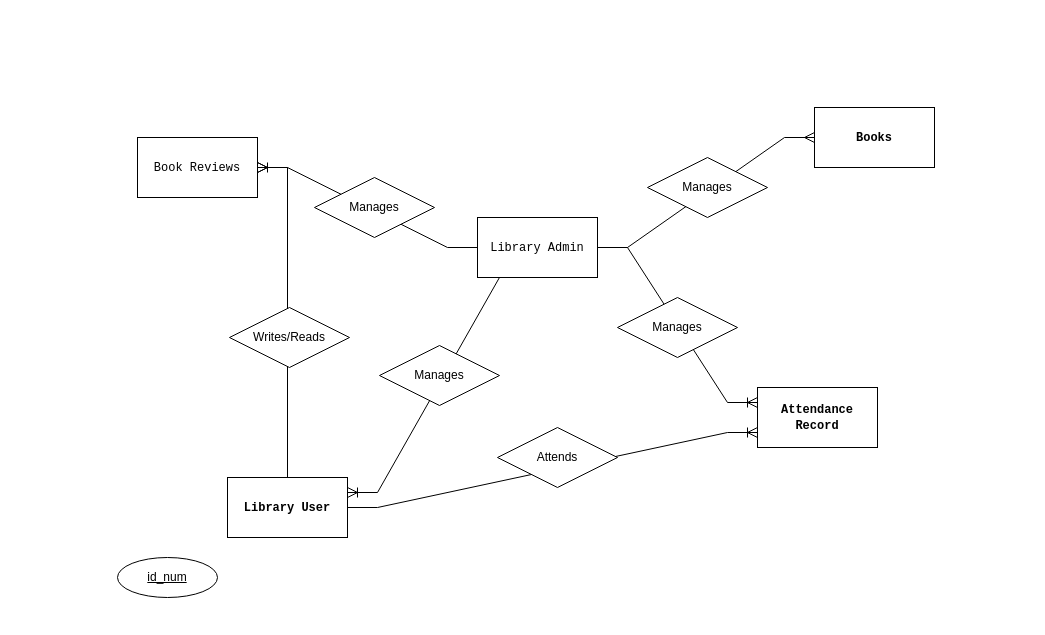
This is erd.drawio from carmelooo1/capstone_docs, a draw.io file, before an edit. Source tidied: cells renumbered, new cells numbered last; positions are measured from the earlier drawing's top-left corner, leaving out a move shared by most shapes. Both pictures are drawn from the tidied source at 100%, with x=0, y=0 at pixel (117, 107).
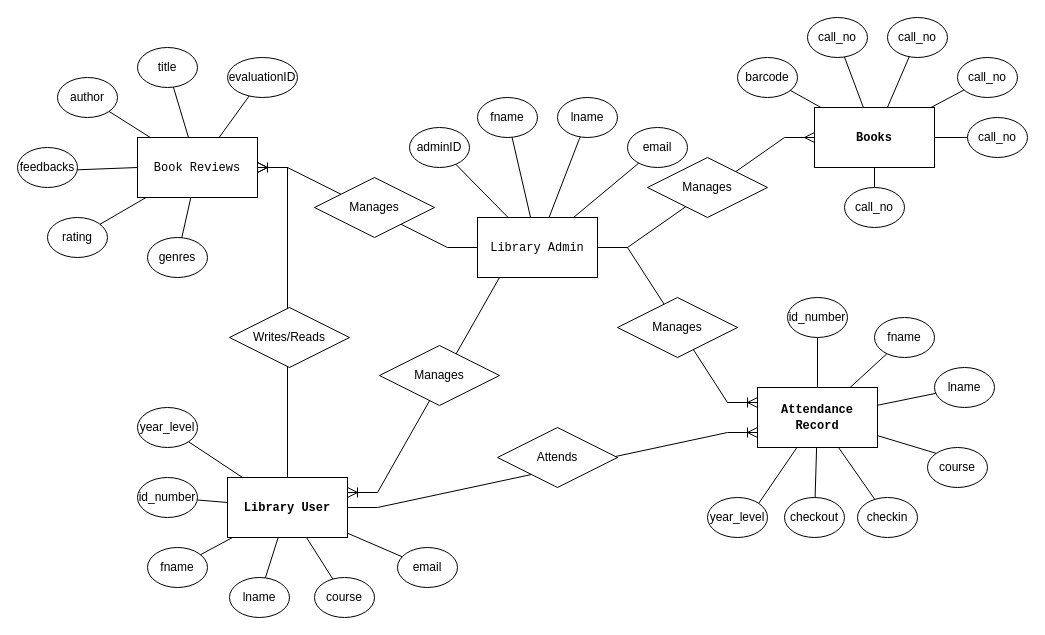
The same page after the edit.

Change to the diagram source:
```diff
@@
-    <mxCell id="2" style="group;" parent="1" vertex="1">
-      <mxGeometry width="817" height="490" as="geometry" />
-    </mxCell>
+    <mxCell id="22" value="barcode" style="ellipse;whiteSpace=wrap;html=1;" parent="1" vertex="1">
+      <mxGeometry x="620" y="-50" width="60" height="40" as="geometry" />
+    </mxCell>
+    <mxCell id="23" value="call_no" style="ellipse;whiteSpace=wrap;html=1;" parent="1" vertex="1">
+      <mxGeometry x="690" y="-90" width="60" height="40" as="geometry" />
+    </mxCell>
+    <mxCell id="24" value="call_no" style="ellipse;whiteSpace=wrap;html=1;" parent="1" vertex="1">
+      <mxGeometry x="770" y="-90" width="60" height="40" as="geometry" />
+    </mxCell>
+    <mxCell id="25" value="call_no" style="ellipse;whiteSpace=wrap;html=1;" parent="1" vertex="1">
+      <mxGeometry x="840" y="-50" width="60" height="40" as="geometry" />
+    </mxCell>
+    <mxCell id="26" value="call_no" style="ellipse;whiteSpace=wrap;html=1;" parent="1" vertex="1">
+      <mxGeometry x="850" y="10" width="60" height="40" as="geometry" />
+    </mxCell>
+    <mxCell id="27" style="endArrow=none;html=1;rounded=0;" parent="1" edge="1" source="22" target="4">
+      <mxGeometry relative="1" as="geometry" />
+    </mxCell>
+    <mxCell id="28" style="endArrow=none;html=1;rounded=0;" parent="1" edge="1" source="23" target="4">
+      <mxGeometry relative="1" as="geometry" />
+    </mxCell>
+    <mxCell id="29" style="endArrow=none;html=1;rounded=0;" parent="1" edge="1" source="24" target="4">
+      <mxGeometry relative="1" as="geometry" />
+    </mxCell>
+    <mxCell id="30" style="endArrow=none;html=1;rounded=0;" parent="1" edge="1" source="4" target="25">
+      <mxGeometry relative="1" as="geometry" />
+    </mxCell>
+    <mxCell id="31" style="endArrow=none;html=1;rounded=0;" parent="1" edge="1" source="4" target="26">
+      <mxGeometry relative="1" as="geometry" />
+    </mxCell>
+    <mxCell id="32" value="lname" style="ellipse;whiteSpace=wrap;html=1;" parent="1" vertex="1">
+      <mxGeometry x="817" y="260" width="60" height="40" as="geometry" />
+    </mxCell>
+    <mxCell id="33" value="course" style="ellipse;whiteSpace=wrap;html=1;" parent="1" vertex="1">
+      <mxGeometry x="810" y="340" width="60" height="40" as="geometry" />
+    </mxCell>
-    <mxCell id="3" value="&lt;b&gt;&lt;font face=&quot;Courier New&quot;&gt;Attendance Record&lt;/font&gt;&lt;/b&gt;" style="rounded=0;whiteSpace=wrap;html=1;" parent="2" vertex="1">
+    <mxCell id="3" value="&lt;b&gt;&lt;font face=&quot;Courier New&quot;&gt;Attendance Record&lt;/font&gt;&lt;/b&gt;" style="rounded=0;whiteSpace=wrap;html=1;" parent="1" vertex="1">
       <mxGeometry x="640" y="280" width="120" height="60" as="geometry" />
     </mxCell>
-    <mxCell id="4" value="&lt;font face=&quot;Courier New&quot;&gt;&lt;b&gt;Books&lt;/b&gt;&lt;/font&gt;" style="rounded=0;whiteSpace=wrap;html=1;" parent="2" vertex="1">
+    <mxCell id="4" value="&lt;font face=&quot;Courier New&quot;&gt;&lt;b&gt;Books&lt;/b&gt;&lt;/font&gt;" style="rounded=0;whiteSpace=wrap;html=1;" parent="1" vertex="1">
       <mxGeometry x="697" width="120" height="60" as="geometry" />
     </mxCell>
-    <mxCell id="5" value="id_num" style="ellipse;whiteSpace=wrap;html=1;align=center;fontStyle=4;fontFamily=Helvetica;fontSize=12;fontColor=default;labelBackgroundColor=default;" parent="2" vertex="1">
-      <mxGeometry y="450" width="100" height="40" as="geometry" />
-    </mxCell>
-    <mxCell id="6" style="edgeStyle=entityRelationEdgeStyle;fontSize=12;html=1;endArrow=ERoneToMany;rounded=0;startSize=8;endSize=8;curved=0;exitX=1;exitY=0.5;exitDx=0;exitDy=0;entryX=0;entryY=0.75;entryDx=0;entryDy=0;" parent="2" edge="1" source="10" target="3">
+    <mxCell id="6" style="edgeStyle=entityRelationEdgeStyle;fontSize=12;html=1;endArrow=ERoneToMany;rounded=0;startSize=8;endSize=8;curved=0;exitX=1;exitY=0.5;exitDx=0;exitDy=0;entryX=0;entryY=0.75;entryDx=0;entryDy=0;" parent="1" edge="1" source="10" target="3">
       <mxGeometry relative="1" as="geometry">
         <Array as="points">
           <mxPoint x="600" y="305" />
           <mxPoint x="520" y="275" />
           <mxPoint x="550" y="365" />
           <mxPoint x="610" y="235" />
           <mxPoint x="590" y="305" />
         </Array>
       </mxGeometry>
     </mxCell>
-    <mxCell id="7" style="edgeStyle=entityRelationEdgeStyle;fontSize=12;html=1;endArrow=ERoneToMany;rounded=0;startSize=8;endSize=8;curved=0;exitX=1;exitY=0.5;exitDx=0;exitDy=0;entryX=0;entryY=0.25;entryDx=0;entryDy=0;" parent="2" edge="1" source="11" target="3">
+    <mxCell id="7" style="edgeStyle=entityRelationEdgeStyle;fontSize=12;html=1;endArrow=ERoneToMany;rounded=0;startSize=8;endSize=8;curved=0;exitX=1;exitY=0.5;exitDx=0;exitDy=0;entryX=0;entryY=0.25;entryDx=0;entryDy=0;" parent="1" edge="1" source="11" target="3">
       <mxGeometry relative="1" as="geometry">
         <Array as="points">
           <mxPoint x="670" y="200" />
           <mxPoint x="590" y="170" />
           <mxPoint x="620" y="260" />
           <mxPoint x="680" y="130" />
           <mxPoint x="660" y="200" />
         </Array>
       </mxGeometry>
     </mxCell>
-    <mxCell id="8" style="edgeStyle=entityRelationEdgeStyle;fontSize=12;html=1;endArrow=ERmany;rounded=0;strokeColor=default;align=center;verticalAlign=middle;fontFamily=Helvetica;fontColor=default;labelBackgroundColor=default;startSize=8;endSize=8;curved=0;entryX=0;entryY=0.5;entryDx=0;entryDy=0;" parent="2" edge="1" source="11" target="4">
+    <mxCell id="8" style="edgeStyle=entityRelationEdgeStyle;fontSize=12;html=1;endArrow=ERmany;rounded=0;strokeColor=default;align=center;verticalAlign=middle;fontFamily=Helvetica;fontColor=default;labelBackgroundColor=default;startSize=8;endSize=8;curved=0;entryX=0;entryY=0.5;entryDx=0;entryDy=0;" parent="1" edge="1" source="11" target="4">
       <mxGeometry relative="1" as="geometry" />
     </mxCell>
-    <mxCell id="9" value="&lt;font face=&quot;Courier New&quot;&gt;Book Reviews&lt;/font&gt;" style="rounded=0;whiteSpace=wrap;html=1;" parent="2" vertex="1">
+    <mxCell id="9" value="&lt;font face=&quot;Courier New&quot;&gt;Book Reviews&lt;/font&gt;" style="rounded=0;whiteSpace=wrap;html=1;" parent="1" vertex="1">
       <mxGeometry x="20" y="30" width="120" height="60" as="geometry" />
     </mxCell>
-    <mxCell id="10" value="&lt;b&gt;&lt;font face=&quot;Courier New&quot;&gt;Library User&lt;/font&gt;&lt;/b&gt;" style="rounded=0;whiteSpace=wrap;html=1;" parent="2" vertex="1">
+    <mxCell id="10" value="&lt;b&gt;&lt;font face=&quot;Courier New&quot;&gt;Library User&lt;/font&gt;&lt;/b&gt;" style="rounded=0;whiteSpace=wrap;html=1;" parent="1" vertex="1">
       <mxGeometry x="110" y="370" width="120" height="60" as="geometry" />
     </mxCell>
-    <mxCell id="11" value="&lt;font face=&quot;Courier New&quot;&gt;Library Admin&lt;/font&gt;" style="rounded=0;whiteSpace=wrap;html=1;" parent="2" vertex="1">
+    <mxCell id="11" value="&lt;font face=&quot;Courier New&quot;&gt;Library Admin&lt;/font&gt;" style="rounded=0;whiteSpace=wrap;html=1;" parent="1" vertex="1">
       <mxGeometry x="360" y="110" width="120" height="60" as="geometry" />
     </mxCell>
-    <mxCell id="12" style="edgeStyle=entityRelationEdgeStyle;fontSize=12;html=1;endArrow=ERoneToMany;rounded=1;startSize=8;endSize=8;curved=0;entryX=0.558;entryY=-0.05;entryDx=0;entryDy=0;exitX=0.5;exitY=1;exitDx=0;exitDy=0;entryPerimeter=0;strokeColor=none;" parent="2" edge="1" source="11" target="10">
+    <mxCell id="12" style="edgeStyle=entityRelationEdgeStyle;fontSize=12;html=1;endArrow=ERoneToMany;rounded=1;startSize=8;endSize=8;curved=0;entryX=0.558;entryY=-0.05;entryDx=0;entryDy=0;exitX=0.5;exitY=1;exitDx=0;exitDy=0;entryPerimeter=0;strokeColor=none;" parent="1" edge="1" source="11" target="10">
       <mxGeometry relative="1" as="geometry">
         <Array as="points">
           <mxPoint x="600" y="315" />
           <mxPoint x="520" y="285" />
           <mxPoint x="550" y="375" />
           <mxPoint x="610" y="245" />
           <mxPoint x="590" y="315" />
         </Array>
       </mxGeometry>
     </mxCell>
-    <mxCell id="13" style="edgeStyle=entityRelationEdgeStyle;fontSize=12;html=1;endArrow=ERoneToMany;rounded=0;startSize=8;endSize=8;curved=0;entryX=1;entryY=0.25;entryDx=0;entryDy=0;exitX=0.433;exitY=1;exitDx=0;exitDy=0;exitPerimeter=0;" parent="2" edge="1" source="11" target="10">
+    <mxCell id="13" style="edgeStyle=entityRelationEdgeStyle;fontSize=12;html=1;endArrow=ERoneToMany;rounded=0;startSize=8;endSize=8;curved=0;entryX=1;entryY=0.25;entryDx=0;entryDy=0;exitX=0.433;exitY=1;exitDx=0;exitDy=0;exitPerimeter=0;" parent="1" edge="1" source="11" target="10">
       <mxGeometry relative="1" as="geometry">
         <Array as="points">
           <mxPoint x="520" y="235" />
           <mxPoint x="440" y="205" />
           <mxPoint x="470" y="295" />
           <mxPoint x="530" y="165" />
           <mxPoint x="510" y="235" />
         </Array>
       </mxGeometry>
     </mxCell>
-    <mxCell id="14" style="edgeStyle=entityRelationEdgeStyle;fontSize=12;html=1;endArrow=ERmany;rounded=0;strokeColor=default;align=center;verticalAlign=middle;fontFamily=Helvetica;fontColor=default;labelBackgroundColor=default;startSize=8;endSize=8;curved=0;exitX=0.75;exitY=0;exitDx=0;exitDy=0;" parent="2" edge="1" source="10" target="9">
+    <mxCell id="14" style="edgeStyle=entityRelationEdgeStyle;fontSize=12;html=1;endArrow=ERmany;rounded=0;strokeColor=default;align=center;verticalAlign=middle;fontFamily=Helvetica;fontColor=default;labelBackgroundColor=default;startSize=8;endSize=8;curved=0;exitX=0.75;exitY=0;exitDx=0;exitDy=0;" parent="1" edge="1" source="10" target="9">
       <mxGeometry relative="1" as="geometry">
         <Array as="points">
           <mxPoint x="290" y="320" />
         </Array>
       </mxGeometry>
     </mxCell>
-    <mxCell id="15" style="edgeStyle=entityRelationEdgeStyle;fontSize=12;html=1;endArrow=ERoneToMany;rounded=0;strokeColor=default;align=center;verticalAlign=middle;fontFamily=Helvetica;fontColor=default;labelBackgroundColor=default;startSize=8;endSize=8;curved=0;exitX=0;exitY=0.5;exitDx=0;exitDy=0;" parent="2" edge="1" source="11" target="9">
+    <mxCell id="15" style="edgeStyle=entityRelationEdgeStyle;fontSize=12;html=1;endArrow=ERoneToMany;rounded=0;strokeColor=default;align=center;verticalAlign=middle;fontFamily=Helvetica;fontColor=default;labelBackgroundColor=default;startSize=8;endSize=8;curved=0;exitX=0;exitY=0.5;exitDx=0;exitDy=0;" parent="1" edge="1" source="11" target="9">
       <mxGeometry relative="1" as="geometry" />
     </mxCell>
-    <mxCell id="16" value="Writes/Reads" style="shape=rhombus;perimeter=rhombusPerimeter;whiteSpace=wrap;html=1;align=center;fontFamily=Helvetica;fontSize=12;fontColor=default;labelBackgroundColor=default;" parent="2" vertex="1">
+    <mxCell id="16" value="Writes/Reads" style="shape=rhombus;perimeter=rhombusPerimeter;whiteSpace=wrap;html=1;align=center;fontFamily=Helvetica;fontSize=12;fontColor=default;labelBackgroundColor=default;" parent="1" vertex="1">
       <mxGeometry x="112" y="200" width="120" height="60" as="geometry" />
     </mxCell>
-    <mxCell id="17" value="Manages" style="shape=rhombus;perimeter=rhombusPerimeter;whiteSpace=wrap;html=1;align=center;fontFamily=Helvetica;fontSize=12;fontColor=default;labelBackgroundColor=default;" parent="2" vertex="1">
+    <mxCell id="17" value="Manages" style="shape=rhombus;perimeter=rhombusPerimeter;whiteSpace=wrap;html=1;align=center;fontFamily=Helvetica;fontSize=12;fontColor=default;labelBackgroundColor=default;" parent="1" vertex="1">
       <mxGeometry x="197" y="70" width="120" height="60" as="geometry" />
     </mxCell>
-    <mxCell id="18" value="Attends" style="shape=rhombus;perimeter=rhombusPerimeter;whiteSpace=wrap;html=1;align=center;fontFamily=Helvetica;fontSize=12;fontColor=default;labelBackgroundColor=default;" parent="2" vertex="1">
+    <mxCell id="18" value="Attends" style="shape=rhombus;perimeter=rhombusPerimeter;whiteSpace=wrap;html=1;align=center;fontFamily=Helvetica;fontSize=12;fontColor=default;labelBackgroundColor=default;" parent="1" vertex="1">
       <mxGeometry x="380" y="320" width="120" height="60" as="geometry" />
     </mxCell>
-    <mxCell id="19" value="Manages" style="shape=rhombus;perimeter=rhombusPerimeter;whiteSpace=wrap;html=1;align=center;fontFamily=Helvetica;fontSize=12;fontColor=default;labelBackgroundColor=default;" parent="2" vertex="1">
+    <mxCell id="19" value="Manages" style="shape=rhombus;perimeter=rhombusPerimeter;whiteSpace=wrap;html=1;align=center;fontFamily=Helvetica;fontSize=12;fontColor=default;labelBackgroundColor=default;" parent="1" vertex="1">
       <mxGeometry x="500" y="190" width="120" height="60" as="geometry" />
     </mxCell>
-    <mxCell id="20" value="Manages" style="shape=rhombus;perimeter=rhombusPerimeter;whiteSpace=wrap;html=1;align=center;fontFamily=Helvetica;fontSize=12;fontColor=default;labelBackgroundColor=default;" parent="2" vertex="1">
+    <mxCell id="20" value="Manages" style="shape=rhombus;perimeter=rhombusPerimeter;whiteSpace=wrap;html=1;align=center;fontFamily=Helvetica;fontSize=12;fontColor=default;labelBackgroundColor=default;" parent="1" vertex="1">
       <mxGeometry x="262" y="238" width="120" height="60" as="geometry" />
     </mxCell>
-    <mxCell id="21" value="Manages" style="shape=rhombus;perimeter=rhombusPerimeter;whiteSpace=wrap;html=1;align=center;fontFamily=Helvetica;fontSize=12;fontColor=default;labelBackgroundColor=default;" parent="2" vertex="1">
+    <mxCell id="21" value="Manages" style="shape=rhombus;perimeter=rhombusPerimeter;whiteSpace=wrap;html=1;align=center;fontFamily=Helvetica;fontSize=12;fontColor=default;labelBackgroundColor=default;" parent="1" vertex="1">
       <mxGeometry x="530" y="50" width="120" height="60" as="geometry" />
     </mxCell>
+    <mxCell id="34" value="call_no" style="ellipse;whiteSpace=wrap;html=1;" parent="1" vertex="1">
+      <mxGeometry x="727" y="80" width="60" height="40" as="geometry" />
+    </mxCell>
+    <mxCell id="35" style="endArrow=none;html=1;rounded=0;" parent="1" edge="1" source="4" target="34">
+      <mxGeometry relative="1" as="geometry" />
+    </mxCell>
+    <mxCell id="36" value="id_number" style="ellipse;whiteSpace=wrap;html=1;" parent="1" vertex="1">
+      <mxGeometry x="670" y="190" width="60" height="40" as="geometry" />
+    </mxCell>
+    <mxCell id="37" value="fname" style="ellipse;whiteSpace=wrap;html=1;" parent="1" vertex="1">
+      <mxGeometry x="757" y="210" width="60" height="40" as="geometry" />
+    </mxCell>
+    <mxCell id="38" value="checkout" style="ellipse;whiteSpace=wrap;html=1;" parent="1" vertex="1">
+      <mxGeometry x="667" y="390" width="60" height="40" as="geometry" />
+    </mxCell>
+    <mxCell id="39" value="checkin" style="ellipse;whiteSpace=wrap;html=1;" parent="1" vertex="1">
+      <mxGeometry x="740" y="390" width="60" height="40" as="geometry" />
+    </mxCell>
+    <mxCell id="40" value="year_level" style="ellipse;whiteSpace=wrap;html=1;" parent="1" vertex="1">
+      <mxGeometry x="590" y="390" width="60" height="40" as="geometry" />
+    </mxCell>
+    <mxCell id="41" style="endArrow=none;html=1;rounded=0;" parent="1" edge="1" source="3" target="36">
+      <mxGeometry relative="1" as="geometry" />
+    </mxCell>
+    <mxCell id="42" style="endArrow=none;html=1;rounded=0;" parent="1" edge="1" source="3" target="37">
+      <mxGeometry relative="1" as="geometry" />
+    </mxCell>
+    <mxCell id="43" style="endArrow=none;html=1;rounded=0;" parent="1" edge="1" source="3" target="32">
+      <mxGeometry relative="1" as="geometry" />
+    </mxCell>
+    <mxCell id="44" style="endArrow=none;html=1;rounded=0;entryX=0;entryY=0;entryDx=0;entryDy=0;" parent="1" edge="1" source="3" target="33">
+      <mxGeometry relative="1" as="geometry" />
+    </mxCell>
+    <mxCell id="45" style="endArrow=none;html=1;rounded=0;" parent="1" edge="1" source="3" target="39">
+      <mxGeometry relative="1" as="geometry" />
+    </mxCell>
+    <mxCell id="46" style="endArrow=none;html=1;rounded=0;" parent="1" edge="1" source="3" target="38">
+      <mxGeometry relative="1" as="geometry" />
+    </mxCell>
+    <mxCell id="47" style="endArrow=none;html=1;rounded=0;entryX=1;entryY=0;entryDx=0;entryDy=0;" parent="1" edge="1" source="3" target="40">
+      <mxGeometry relative="1" as="geometry" />
+    </mxCell>
+    <mxCell id="48" value="lname" style="ellipse;whiteSpace=wrap;html=1;" parent="1" vertex="1">
+      <mxGeometry x="112" y="470" width="60" height="40" as="geometry" />
+    </mxCell>
+    <mxCell id="49" value="fname" style="ellipse;whiteSpace=wrap;html=1;" parent="1" vertex="1">
+      <mxGeometry x="30" y="440" width="60" height="40" as="geometry" />
+    </mxCell>
+    <mxCell id="50" value="course" style="ellipse;whiteSpace=wrap;html=1;" parent="1" vertex="1">
+      <mxGeometry x="197" y="470" width="60" height="40" as="geometry" />
+    </mxCell>
+    <mxCell id="51" value="id_number" style="ellipse;whiteSpace=wrap;html=1;" parent="1" vertex="1">
+      <mxGeometry x="20" y="370" width="60" height="40" as="geometry" />
+    </mxCell>
+    <mxCell id="52" value="email" style="ellipse;whiteSpace=wrap;html=1;" parent="1" vertex="1">
+      <mxGeometry x="280" y="440" width="60" height="40" as="geometry" />
+    </mxCell>
+    <mxCell id="53" value="year_level" style="ellipse;whiteSpace=wrap;html=1;" parent="1" vertex="1">
+      <mxGeometry x="20" y="300" width="60" height="40" as="geometry" />
+    </mxCell>
+    <mxCell id="54" style="endArrow=none;html=1;rounded=0;" parent="1" edge="1" source="53" target="10">
+      <mxGeometry relative="1" as="geometry" />
+    </mxCell>
+    <mxCell id="55" style="endArrow=none;html=1;rounded=0;" parent="1" edge="1" source="51" target="10">
+      <mxGeometry relative="1" as="geometry" />
+    </mxCell>
+    <mxCell id="56" style="endArrow=none;html=1;rounded=0;" parent="1" edge="1" source="49" target="10">
+      <mxGeometry relative="1" as="geometry" />
+    </mxCell>
+    <mxCell id="57" style="endArrow=none;html=1;rounded=0;" parent="1" edge="1" source="48" target="10">
+      <mxGeometry relative="1" as="geometry" />
+    </mxCell>
+    <mxCell id="58" style="endArrow=none;html=1;rounded=0;" parent="1" edge="1" source="50" target="10">
+      <mxGeometry relative="1" as="geometry" />
+    </mxCell>
+    <mxCell id="59" style="endArrow=none;html=1;rounded=0;" parent="1" edge="1" source="52" target="10">
+      <mxGeometry relative="1" as="geometry" />
+    </mxCell>
+    <mxCell id="60" value="title" style="ellipse;whiteSpace=wrap;html=1;" parent="1" vertex="1">
+      <mxGeometry x="20" y="-60" width="60" height="40" as="geometry" />
+    </mxCell>
+    <mxCell id="61" value="author" style="ellipse;whiteSpace=wrap;html=1;" parent="1" vertex="1">
+      <mxGeometry x="-60" y="-30" width="60" height="40" as="geometry" />
+    </mxCell>
+    <mxCell id="62" value="feedbacks" style="ellipse;whiteSpace=wrap;html=1;" parent="1" vertex="1">
+      <mxGeometry x="-100" y="40" width="60" height="40" as="geometry" />
+    </mxCell>
+    <mxCell id="63" value="rating" style="ellipse;whiteSpace=wrap;html=1;" parent="1" vertex="1">
+      <mxGeometry x="-70" y="110" width="60" height="40" as="geometry" />
+    </mxCell>
+    <mxCell id="64" value="genres" style="ellipse;whiteSpace=wrap;html=1;" parent="1" vertex="1">
+      <mxGeometry x="30" y="130" width="60" height="40" as="geometry" />
+    </mxCell>
+    <mxCell id="65" value="evaluationID" style="ellipse;whiteSpace=wrap;html=1;" parent="1" vertex="1">
+      <mxGeometry x="110" y="-50" width="70" height="40" as="geometry" />
+    </mxCell>
+    <mxCell id="66" style="endArrow=none;html=1;rounded=0;" parent="1" edge="1" source="64" target="9">
+      <mxGeometry relative="1" as="geometry" />
+    </mxCell>
+    <mxCell id="67" style="endArrow=none;html=1;rounded=0;" parent="1" edge="1" source="63" target="9">
+      <mxGeometry relative="1" as="geometry" />
+    </mxCell>
+    <mxCell id="68" style="endArrow=none;html=1;rounded=0;" parent="1" edge="1" source="62" target="9">
+      <mxGeometry relative="1" as="geometry" />
+    </mxCell>
+    <mxCell id="69" style="endArrow=none;html=1;rounded=0;" parent="1" edge="1" source="61" target="9">
+      <mxGeometry relative="1" as="geometry" />
+    </mxCell>
+    <mxCell id="70" style="endArrow=none;html=1;rounded=0;" parent="1" edge="1" source="60" target="9">
+      <mxGeometry relative="1" as="geometry" />
+    </mxCell>
+    <mxCell id="71" style="endArrow=none;html=1;rounded=0;" parent="1" edge="1" source="9" target="65">
+      <mxGeometry relative="1" as="geometry" />
+    </mxCell>
+    <mxCell id="72" value="adminID" style="ellipse;whiteSpace=wrap;html=1;" parent="1" vertex="1">
+      <mxGeometry x="292" y="20" width="60" height="40" as="geometry" />
+    </mxCell>
+    <mxCell id="73" value="fname" style="ellipse;whiteSpace=wrap;html=1;" parent="1" vertex="1">
+      <mxGeometry x="360" y="-10" width="60" height="40" as="geometry" />
+    </mxCell>
+    <mxCell id="74" value="lname" style="ellipse;whiteSpace=wrap;html=1;" parent="1" vertex="1">
+      <mxGeometry x="440" y="-10" width="60" height="40" as="geometry" />
+    </mxCell>
+    <mxCell id="75" value="email" style="ellipse;whiteSpace=wrap;html=1;" parent="1" vertex="1">
+      <mxGeometry x="510" y="20" width="60" height="40" as="geometry" />
+    </mxCell>
+    <mxCell id="76" style="endArrow=none;html=1;rounded=0;" parent="1" edge="1" source="72" target="11">
+      <mxGeometry relative="1" as="geometry" />
+    </mxCell>
+    <mxCell id="77" style="endArrow=none;html=1;rounded=0;" parent="1" edge="1" source="73" target="11">
+      <mxGeometry relative="1" as="geometry" />
+    </mxCell>
+    <mxCell id="78" style="endArrow=none;html=1;rounded=0;" parent="1" edge="1" source="74" target="11">
+      <mxGeometry relative="1" as="geometry" />
+    </mxCell>
+    <mxCell id="79" style="endArrow=none;html=1;rounded=0;" parent="1" edge="1" source="75" target="11">
+      <mxGeometry relative="1" as="geometry" />
+    </mxCell>
```
